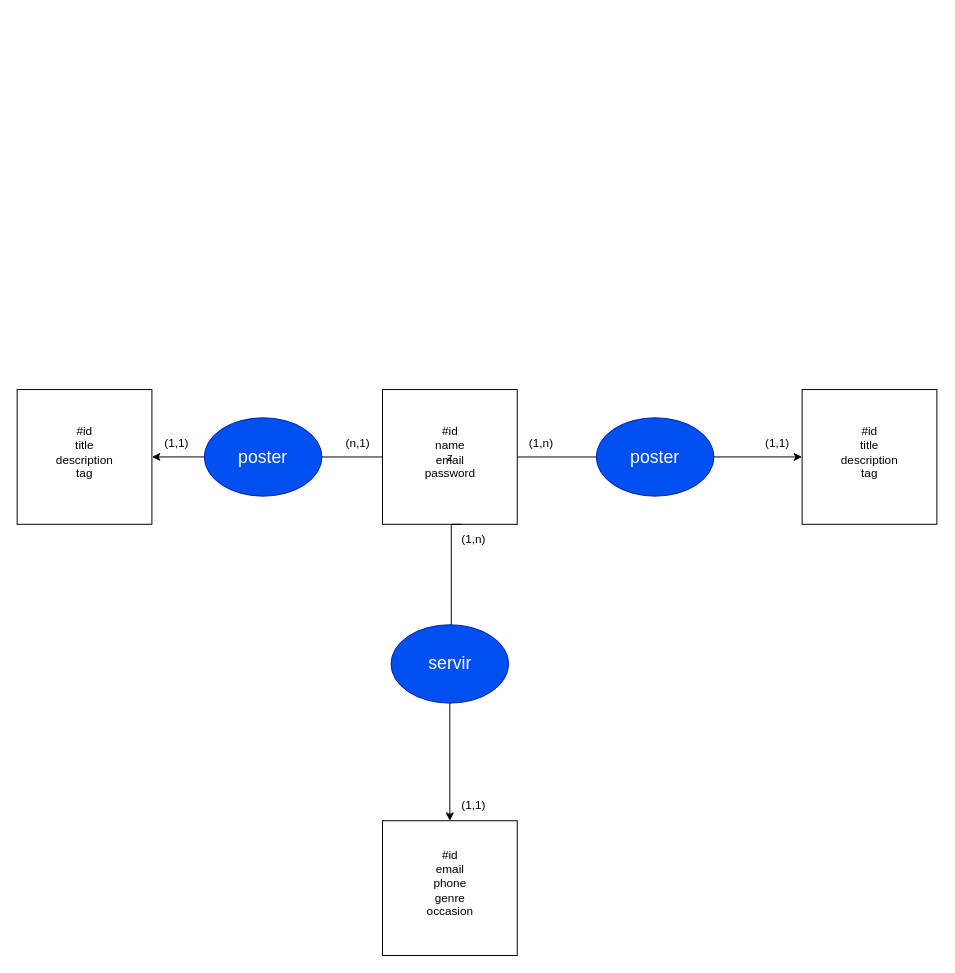
Before: Conseption/Conseption-Back/Merise/MCD.dio in Douaa19/PFR, a draw.io diagram. Source tidied: cells renumbered, new cells numbered last; positions are measured from the earlier drawing's top-left corner, leaving out a move shared by most shapes. Both pictures are drawn from the tidied source at 98%, with x=0, y=0 at pixel (-453, 282).
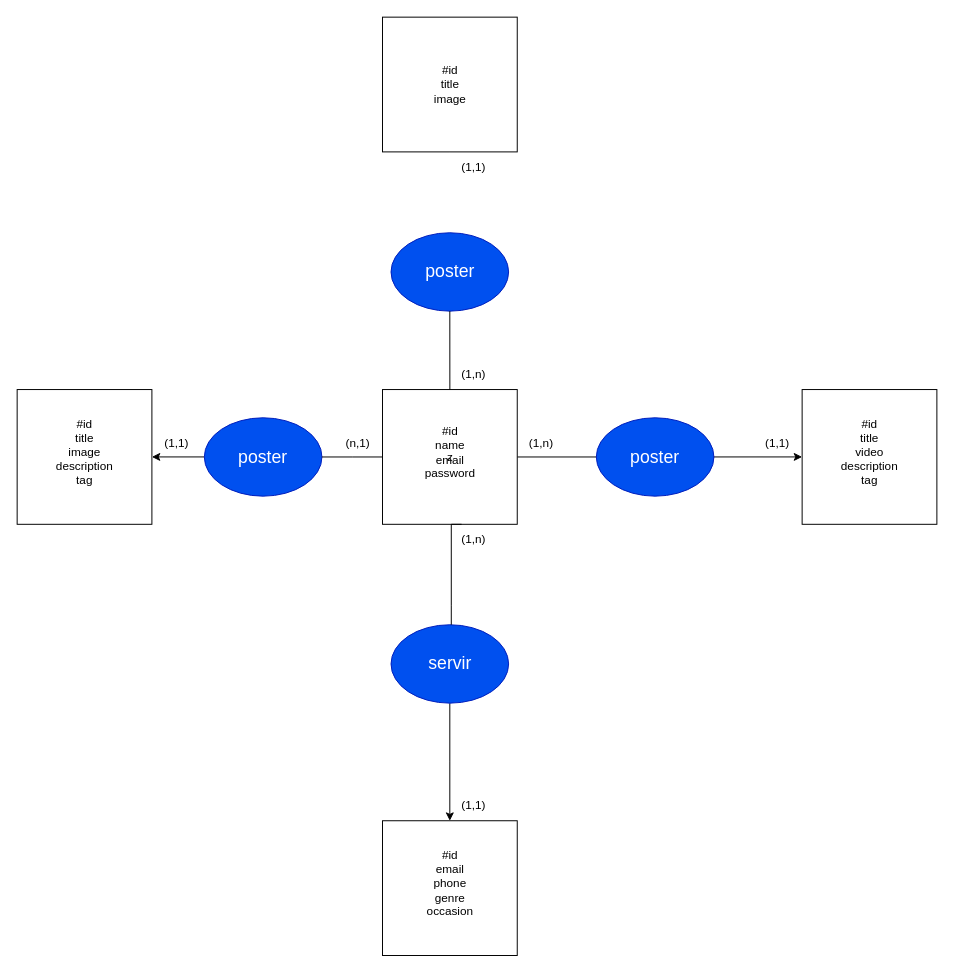
The same page after the edit.

The change refers to these unchanged cells:
```xml
<mxCell id="4" value="z" style="whiteSpace=wrap;html=1;" parent="1" vertex="1">
  <mxGeometry x="851.8" y="109" width="137.5" height="137.5" as="geometry" />
</mxCell>
```

Diff of the diagram source:
```diff
@@
     <mxCell id="5" style="edgeStyle=orthogonalEdgeStyle;rounded=0;orthogonalLoop=1;jettySize=auto;html=1;" parent="1" edge="1">
       <mxGeometry relative="1" as="geometry">
-        <mxPoint as="sourcePoint" />
+        <mxPoint y="-110" as="sourcePoint" />
       </mxGeometry>
     </mxCell>
@@
-    <mxCell id="13" value="#id&lt;br&gt;title&lt;br&gt;description&lt;br&gt;tag" style="text;html=1;strokeColor=none;fillColor=none;align=center;verticalAlign=middle;whiteSpace=wrap;rounded=0;" parent="1" vertex="1">
+    <mxCell id="13" value="#id&lt;br&gt;title&lt;br&gt;video&lt;br&gt;description&lt;br&gt;tag" style="text;html=1;strokeColor=none;fillColor=none;align=center;verticalAlign=middle;whiteSpace=wrap;rounded=0;" parent="1" vertex="1">
       <mxGeometry x="1328.8" y="137.8" width="40" height="70" as="geometry" />
     </mxCell>
@@
-    <mxCell id="18" value="#id&lt;br&gt;title&lt;br&gt;description&lt;br&gt;tag" style="text;html=1;strokeColor=none;fillColor=none;align=center;verticalAlign=middle;whiteSpace=wrap;rounded=0;" parent="1" vertex="1">
+    <mxCell id="18" value="#id&lt;br&gt;title&lt;br&gt;image&lt;br&gt;description&lt;br&gt;tag" style="text;html=1;strokeColor=none;fillColor=none;align=center;verticalAlign=middle;whiteSpace=wrap;rounded=0;" parent="1" vertex="1">
       <mxGeometry x="527.8" y="137.8" width="40" height="70" as="geometry" />
     </mxCell>
@@
+    <mxCell id="25" style="whiteSpace=wrap;html=1;" parent="1" vertex="1">
+      <mxGeometry x="851.8" y="-271" width="137.5" height="137.5" as="geometry" />
+    </mxCell>
+    <mxCell id="26" value="#id&lt;br&gt;title&lt;br&gt;image" style="text;html=1;strokeColor=none;fillColor=none;align=center;verticalAlign=middle;whiteSpace=wrap;rounded=0;" parent="1" vertex="1">
+      <mxGeometry x="900.5" y="-237.2" width="40" height="70" as="geometry" />
+    </mxCell>
+    <mxCell id="27" style="edgeStyle=orthogonalEdgeStyle;rounded=0;jettySize=auto;html=1;exitX=0.5;exitY=0;exitDx=0;exitDy=0;entryX=0.5;entryY=1;entryDx=0;entryDy=0;strokeColor=#FFFFFF;" parent="1" edge="1" source="28" target="25">
+      <mxGeometry relative="1" as="geometry" />
+    </mxCell>
+    <mxCell id="28" value="&lt;font style=&quot;font-size: 18px&quot;&gt;poster&lt;/font&gt;" style="ellipse;whiteSpace=wrap;html=1;fillColor=#0050ef;strokeColor=#001DBC;fontColor=#ffffff;" parent="1" vertex="1">
+      <mxGeometry x="860.5" y="-51" width="120" height="80" as="geometry" />
+    </mxCell>
+    <mxCell id="29" style="endArrow=none;html=1;entryX=0.5;entryY=1;entryDx=0;entryDy=0;exitX=0.5;exitY=0;exitDx=0;exitDy=0;" parent="1" edge="1" source="4" target="28">
+      <mxGeometry relative="1" as="geometry" />
+    </mxCell>
+    <mxCell id="30" value="(1,n)" style="text;html=1;strokeColor=none;fillColor=none;align=center;verticalAlign=middle;whiteSpace=wrap;rounded=0;" parent="1" vertex="1">
+      <mxGeometry x="920" y="79" width="50" height="30" as="geometry" />
+    </mxCell>
+    <mxCell id="31" value="(1,1)" style="text;html=1;strokeColor=none;fillColor=none;align=center;verticalAlign=middle;whiteSpace=wrap;rounded=0;" parent="1" vertex="1">
+      <mxGeometry x="920" y="-133.5" width="50" height="30" as="geometry" />
+    </mxCell>
```
